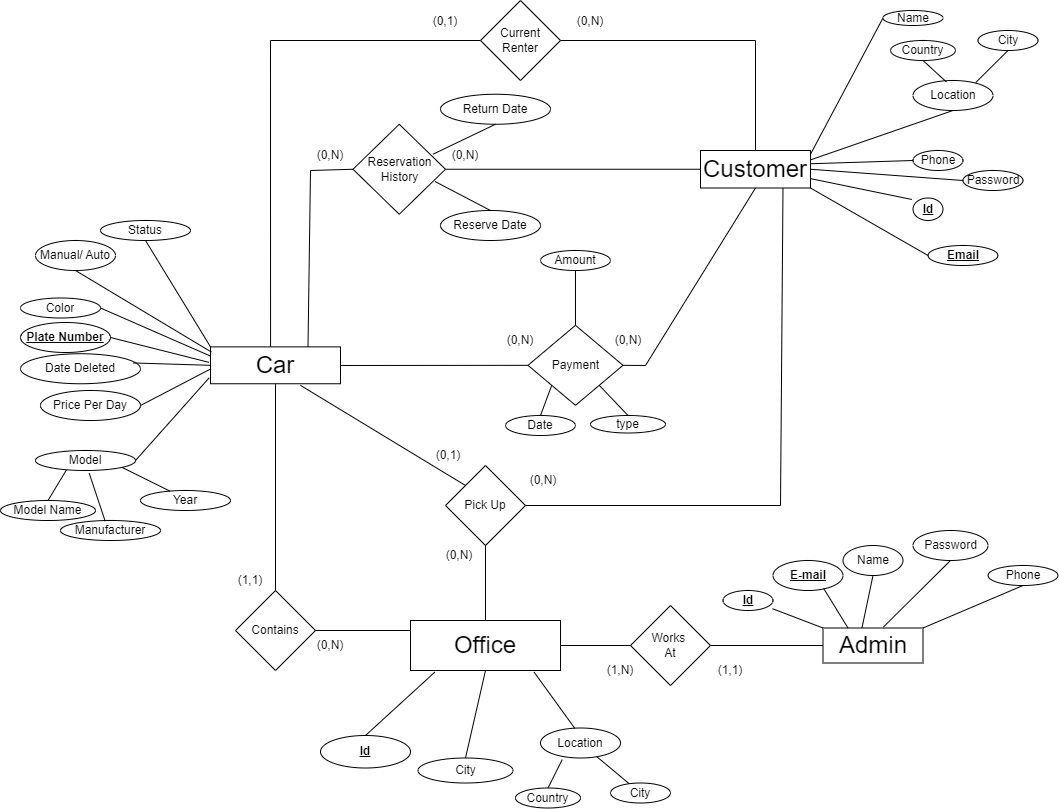
Earlier version of the draw.io export ER.png (Kirollos-Saad/Car-Rental-System). Source tidied: cells renumbered, new cells last; positions are measured from the earlier drawing's top-left corner, leaving out a move shared by most shapes.
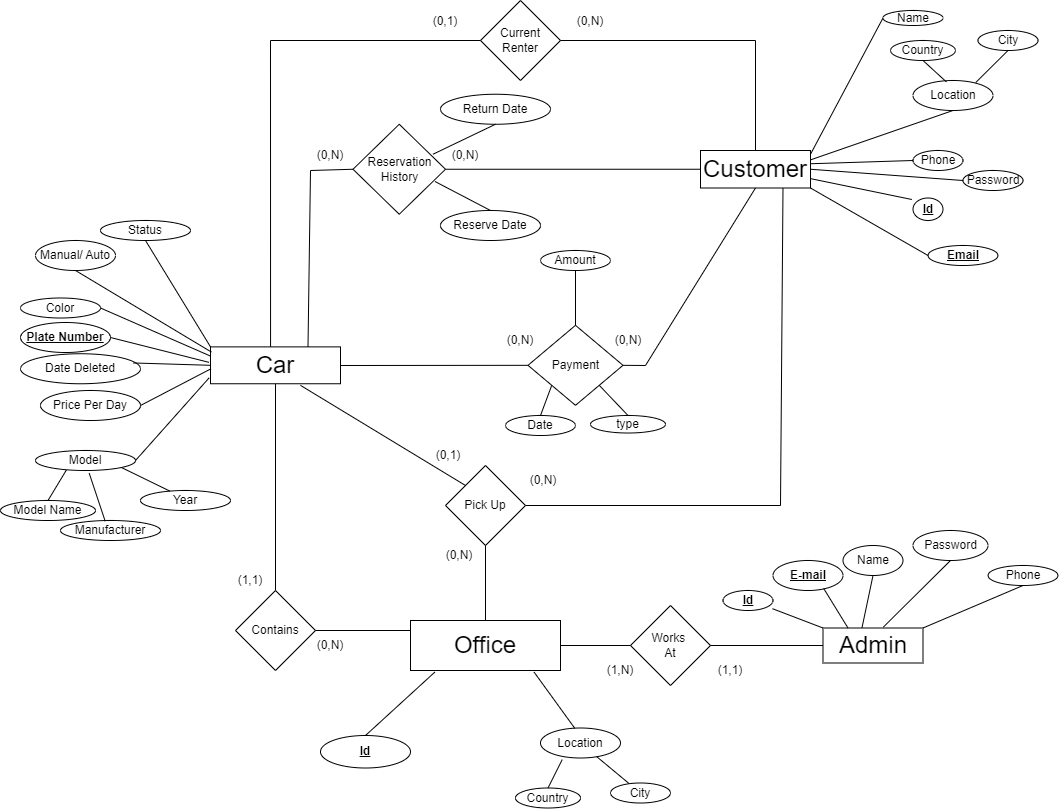
The same file after the commit.

Commit message:
Corrected ER Diagram

What changed in the source:
```diff
@@ -146,9 +146,6 @@
     <mxCell id="49" value="&lt;u&gt;&lt;b&gt;Id&lt;/b&gt;&lt;/u&gt;" style="ellipse;whiteSpace=wrap;html=1;" parent="1" vertex="1">
       <mxGeometry x="320" y="735" width="90" height="32.5" as="geometry" />
     </mxCell>
-    <mxCell id="50" value="City" style="ellipse;whiteSpace=wrap;html=1;" parent="1" vertex="1">
-      <mxGeometry x="417.5" y="757.5" width="95" height="25" as="geometry" />
-    </mxCell>
     <mxCell id="51" value="Location" style="ellipse;whiteSpace=wrap;html=1;" parent="1" vertex="1">
       <mxGeometry x="540" y="727.5" width="80" height="30" as="geometry" />
     </mxCell>
@@ -167,9 +164,6 @@
     <mxCell id="56" style="endArrow=none;html=1;rounded=0;entryX=0.162;entryY=1.033;entryDx=0;entryDy=0;entryPerimeter=0;exitX=0.5;exitY=0;exitDx=0;exitDy=0;" parent="1" edge="1" source="49" target="5">
       <mxGeometry relative="1" as="geometry" />
     </mxCell>
-    <mxCell id="57" style="endArrow=none;html=1;rounded=0;entryX=0.5;entryY=1;entryDx=0;entryDy=0;exitX=0.5;exitY=0;exitDx=0;exitDy=0;" parent="1" edge="1" source="50" target="5">
-      <mxGeometry relative="1" as="geometry" />
-    </mxCell>
     <mxCell id="58" style="endArrow=none;html=1;rounded=0;exitX=0.429;exitY=0.011;exitDx=0;exitDy=0;exitPerimeter=0;entryX=0.824;entryY=1.033;entryDx=0;entryDy=0;entryPerimeter=0;" parent="1" edge="1" source="51" target="5">
       <mxGeometry relative="1" as="geometry" />
     </mxCell>
```
